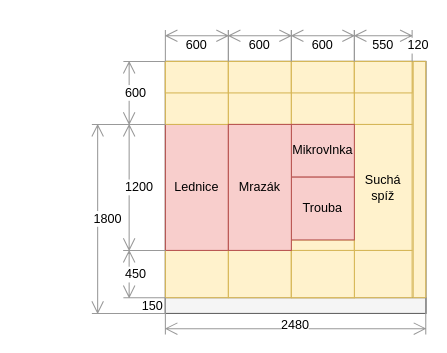
The draw.io diagram docs/src/static/drawings/kitchen.wall-appliances.drawio in surquest/flat-renovation, before the edit. Source tidied: cells renumbered, new cells numbered last; positions are measured from the earlier drawing's top-left corner, leaving out a move shared by most shapes. Both pictures are drawn from the tidied source at 105%, with x=0, y=0 at pixel (91, 29).
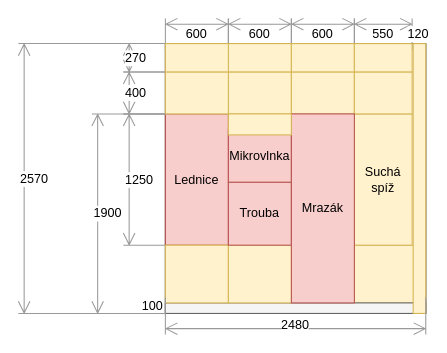
After the change.

Commit message (it also covers changes not shown here):
Patch of kitchen sizing

The edit, as a diff of the source:
```diff
@@
     <mxCell id="2" style="rounded=0;whiteSpace=wrap;html=1;" parent="1" vertex="1">
-      <mxGeometry x="70" y="30" width="248" height="240" as="geometry" />
+      <mxGeometry x="70" y="13" width="248" height="257" as="geometry" />
     </mxCell>
+    <mxCell id="34" style="rounded=0;whiteSpace=wrap;html=1;fillColor=#fff2cc;strokeColor=#d6b656;" parent="1" vertex="1">
+      <mxGeometry x="250" y="205" width="60" height="55" as="geometry" />
+    </mxCell>
     <mxCell id="3" style="rounded=0;whiteSpace=wrap;html=1;fillColor=#f5f5f5;fontColor=#333333;strokeColor=#666666;" parent="1" vertex="1">
-      <mxGeometry x="70" y="255" width="248" height="15" as="geometry" />
+      <mxGeometry x="70" y="260" width="248" height="10" as="geometry" />
     </mxCell>
-    <mxCell id="4" style="rounded=0;whiteSpace=wrap;html=1;fillColor=#fff2cc;strokeColor=#d6b656;" parent="1" vertex="1">
-      <mxGeometry x="70" y="210" width="60" height="45" as="geometry" />
-    </mxCell>
     <mxCell id="5" value="Lednice" style="rounded=0;whiteSpace=wrap;html=1;fillColor=#f8cecc;strokeColor=#b85450;" parent="1" vertex="1">
-      <mxGeometry x="70" y="90" width="60" height="120" as="geometry" />
+      <mxGeometry x="70" y="80" width="60" height="125" as="geometry" />
     </mxCell>
-    <mxCell id="6" value="150" style="shape=dimension;direction=south;whiteSpace=wrap;html=1;align=right;verticalAlign=middle;labelBackgroundColor=#ffffff;strokeColor=none;" parent="1" vertex="1">
+    <mxCell id="6" value="100" style="shape=dimension;direction=south;whiteSpace=wrap;html=1;align=right;verticalAlign=middle;labelBackgroundColor=#ffffff;strokeColor=none;" parent="1" vertex="1">
       <mxGeometry x="30" y="255" width="40" height="15" as="geometry" />
     </mxCell>
-    <mxCell id="7" value="450" style="shape=dimension;direction=south;whiteSpace=wrap;html=1;align=left;verticalAlign=middle;labelBackgroundColor=#ffffff;strokeColor=#999999;" parent="1" vertex="1">
-      <mxGeometry x="30" y="210" width="40" height="45" as="geometry" />
-    </mxCell>
-    <mxCell id="8" value="1200" style="shape=dimension;direction=south;whiteSpace=wrap;html=1;align=left;verticalAlign=middle;labelBackgroundColor=#ffffff;strokeColor=#999999;" parent="1" vertex="1">
-      <mxGeometry x="30" y="90" width="40" height="120" as="geometry" />
+    <mxCell id="8" value="1250" style="shape=dimension;direction=south;whiteSpace=wrap;html=1;align=left;verticalAlign=middle;labelBackgroundColor=#ffffff;strokeColor=#999999;" parent="1" vertex="1">
+      <mxGeometry x="30" y="80" width="40" height="125" as="geometry" />
     </mxCell>
-    <mxCell id="9" style="rounded=0;whiteSpace=wrap;html=1;fillColor=#fff2cc;strokeColor=#d6b656;" parent="1" vertex="1">
-      <mxGeometry x="70" y="30" width="60" height="60" as="geometry" />
-    </mxCell>
-    <mxCell id="10" value="600" style="shape=dimension;direction=south;whiteSpace=wrap;html=1;align=left;verticalAlign=middle;labelBackgroundColor=#ffffff;strokeColor=#999999;" parent="1" vertex="1">
-      <mxGeometry x="30" y="30" width="40" height="60" as="geometry" />
+    <mxCell id="10" value="400" style="shape=dimension;direction=south;whiteSpace=wrap;html=1;align=left;verticalAlign=middle;labelBackgroundColor=#ffffff;strokeColor=#999999;" parent="1" vertex="1">
+      <mxGeometry x="30" y="40" width="40" height="40" as="geometry" />
     </mxCell>
-    <mxCell id="11" value="1800" style="shape=dimension;direction=south;whiteSpace=wrap;html=1;align=left;verticalAlign=middle;labelBackgroundColor=#ffffff;strokeColor=#999999;" parent="1" vertex="1">
-      <mxGeometry y="90" width="70" height="180" as="geometry" />
+    <mxCell id="11" value="1900" style="shape=dimension;direction=south;whiteSpace=wrap;html=1;align=left;verticalAlign=middle;labelBackgroundColor=#ffffff;strokeColor=#999999;" parent="1" vertex="1">
+      <mxGeometry y="80" width="70" height="190" as="geometry" />
     </mxCell>
-    <mxCell id="12" style="rounded=0;whiteSpace=wrap;html=1;fillColor=#fff2cc;strokeColor=#d6b656;" parent="1" vertex="1">
-      <mxGeometry x="70" y="30" width="60" height="30" as="geometry" />
-    </mxCell>
     <mxCell id="13" style="rounded=0;whiteSpace=wrap;html=1;fillColor=#fff2cc;strokeColor=#d6b656;" parent="1" vertex="1">
-      <mxGeometry x="130" y="210" width="60" height="45" as="geometry" />
+      <mxGeometry x="70" y="205" width="60" height="55" as="geometry" />
     </mxCell>
-    <mxCell id="14" style="rounded=0;whiteSpace=wrap;html=1;fillColor=#fff2cc;strokeColor=#d6b656;" parent="1" vertex="1">
-      <mxGeometry x="130" y="30" width="60" height="60" as="geometry" />
-    </mxCell>
     <mxCell id="15" style="rounded=0;whiteSpace=wrap;html=1;fillColor=#fff2cc;strokeColor=#d6b656;" parent="1" vertex="1">
-      <mxGeometry x="130" y="30" width="60" height="30" as="geometry" />
+      <mxGeometry x="130" y="40" width="60" height="40" as="geometry" />
     </mxCell>
     <mxCell id="16" style="rounded=0;whiteSpace=wrap;html=1;fillColor=#fff2cc;strokeColor=#d6b656;" parent="1" vertex="1">
-      <mxGeometry x="190" y="200" width="60" height="55" as="geometry" />
+      <mxGeometry x="130" y="205" width="60" height="55" as="geometry" />
     </mxCell>
-    <mxCell id="17" style="rounded=0;whiteSpace=wrap;html=1;fillColor=#fff2cc;strokeColor=#d6b656;" parent="1" vertex="1">
-      <mxGeometry x="190" y="30" width="60" height="60" as="geometry" />
-    </mxCell>
     <mxCell id="18" style="rounded=0;whiteSpace=wrap;html=1;fillColor=#fff2cc;strokeColor=#d6b656;" parent="1" vertex="1">
-      <mxGeometry x="190" y="30" width="60" height="30" as="geometry" />
+      <mxGeometry x="190" y="40" width="60" height="40" as="geometry" />
     </mxCell>
-    <mxCell id="19" style="rounded=0;whiteSpace=wrap;html=1;fillColor=#fff2cc;strokeColor=#d6b656;" parent="1" vertex="1">
-      <mxGeometry x="250" y="210" width="55" height="45" as="geometry" />
-    </mxCell>
     <mxCell id="20" value="Suchá spíž" style="rounded=0;whiteSpace=wrap;html=1;fillColor=#fff2cc;strokeColor=#d6b656;" parent="1" vertex="1">
-      <mxGeometry x="250" y="90" width="55" height="120" as="geometry" />
+      <mxGeometry x="250" y="80" width="55" height="125" as="geometry" />
     </mxCell>
-    <mxCell id="21" style="rounded=0;whiteSpace=wrap;html=1;fillColor=#fff2cc;strokeColor=#d6b656;" parent="1" vertex="1">
-      <mxGeometry x="250" y="30" width="55" height="60" as="geometry" />
-    </mxCell>
     <mxCell id="22" style="rounded=0;whiteSpace=wrap;html=1;fillColor=#fff2cc;strokeColor=#d6b656;" parent="1" vertex="1">
-      <mxGeometry x="250" y="30" width="55" height="30" as="geometry" />
+      <mxGeometry x="250" y="40" width="55" height="40" as="geometry" />
     </mxCell>
     <mxCell id="23" style="rounded=0;whiteSpace=wrap;html=1;fillColor=#fff2cc;strokeColor=#d6b656;" parent="1" vertex="1">
-      <mxGeometry x="306" y="30" width="12" height="225" as="geometry" />
+      <mxGeometry x="306" y="13" width="12" height="257" as="geometry" />
     </mxCell>
@@
     <mxCell id="25" value="600" style="shape=dimension;direction=west;whiteSpace=wrap;html=1;align=center;verticalAlign=middle;labelBackgroundColor=#ffffff;strokeColor=#999999;" parent="1" vertex="1">
-      <mxGeometry x="70" width="60" height="30" as="geometry" />
+      <mxGeometry x="70" y="-11" width="60" height="30" as="geometry" />
     </mxCell>
     <mxCell id="26" value="600" style="shape=dimension;direction=west;whiteSpace=wrap;html=1;align=center;verticalAlign=middle;labelBackgroundColor=#ffffff;strokeColor=#999999;" parent="1" vertex="1">
-      <mxGeometry x="130" width="60" height="30" as="geometry" />
+      <mxGeometry x="130" y="-11" width="60" height="30" as="geometry" />
     </mxCell>
     <mxCell id="27" value="600" style="shape=dimension;direction=west;whiteSpace=wrap;html=1;align=center;verticalAlign=middle;labelBackgroundColor=#ffffff;strokeColor=#999999;" parent="1" vertex="1">
-      <mxGeometry x="190" width="60" height="30" as="geometry" />
+      <mxGeometry x="190" y="-11" width="60" height="30" as="geometry" />
     </mxCell>
     <mxCell id="28" value="550" style="shape=dimension;direction=west;whiteSpace=wrap;html=1;align=center;verticalAlign=middle;labelBackgroundColor=#ffffff;strokeColor=#999999;" parent="1" vertex="1">
-      <mxGeometry x="250" width="55" height="30" as="geometry" />
+      <mxGeometry x="250" y="-11" width="55" height="30" as="geometry" />
     </mxCell>
-    <mxCell id="29" style="rounded=0;whiteSpace=wrap;html=1;fillColor=#fff2cc;strokeColor=#d6b656;" parent="1" vertex="1">
-      <mxGeometry x="190" y="210" width="60" height="45" as="geometry" />
-    </mxCell>
     <mxCell id="30" value="Trouba" style="rounded=0;whiteSpace=wrap;html=1;fillColor=#f8cecc;strokeColor=#b85450;" parent="1" vertex="1">
-      <mxGeometry x="190" y="140" width="60" height="60" as="geometry" />
+      <mxGeometry x="130" y="145" width="60" height="60" as="geometry" />
     </mxCell>
     <mxCell id="31" value="Mikrovlnka" style="rounded=0;whiteSpace=wrap;html=1;fillColor=#f8cecc;strokeColor=#b85450;" parent="1" vertex="1">
-      <mxGeometry x="190" y="90" width="60" height="50" as="geometry" />
+      <mxGeometry x="130" y="95" width="60" height="50" as="geometry" />
     </mxCell>
     <mxCell id="32" value="Mrazák" style="rounded=0;whiteSpace=wrap;html=1;fillColor=#f8cecc;strokeColor=#b85450;" parent="1" vertex="1">
-      <mxGeometry x="130" y="90" width="60" height="120" as="geometry" />
+      <mxGeometry x="190" y="80" width="60" height="180" as="geometry" />
     </mxCell>
     <mxCell id="33" value="120" style="shape=dimension;direction=west;whiteSpace=wrap;html=1;align=center;verticalAlign=middle;labelBackgroundColor=#ffffff;strokeColor=none;" parent="1" vertex="1">
-      <mxGeometry x="305" width="12" height="30" as="geometry" />
+      <mxGeometry x="305" y="-11" width="12" height="30" as="geometry" />
     </mxCell>
+    <mxCell id="35" value="2570" style="shape=dimension;direction=south;whiteSpace=wrap;html=1;align=left;verticalAlign=middle;labelBackgroundColor=#ffffff;strokeColor=#999999;" parent="1" vertex="1">
+      <mxGeometry x="-70" y="13" width="120" height="257" as="geometry" />
+    </mxCell>
+    <mxCell id="36" style="rounded=0;whiteSpace=wrap;html=1;fillColor=#fff2cc;strokeColor=#d6b656;" parent="1" vertex="1">
+      <mxGeometry x="70" y="40" width="60" height="40" as="geometry" />
+    </mxCell>
+    <mxCell id="37" value="270" style="shape=dimension;direction=south;whiteSpace=wrap;html=1;align=left;verticalAlign=middle;labelBackgroundColor=#ffffff;strokeColor=#999999;" parent="1" vertex="1">
+      <mxGeometry x="30" y="13" width="40" height="27" as="geometry" />
+    </mxCell>
+    <mxCell id="38" style="rounded=0;whiteSpace=wrap;html=1;fillColor=#fff2cc;strokeColor=#d6b656;" parent="1" vertex="1">
+      <mxGeometry x="130" y="13" width="60" height="27" as="geometry" />
+    </mxCell>
+    <mxCell id="39" style="rounded=0;whiteSpace=wrap;html=1;fillColor=#fff2cc;strokeColor=#d6b656;" parent="1" vertex="1">
+      <mxGeometry x="190" y="13" width="60" height="27" as="geometry" />
+    </mxCell>
+    <mxCell id="40" style="rounded=0;whiteSpace=wrap;html=1;fillColor=#fff2cc;strokeColor=#d6b656;" parent="1" vertex="1">
+      <mxGeometry x="250" y="13" width="55" height="27" as="geometry" />
+    </mxCell>
+    <mxCell id="41" style="rounded=0;whiteSpace=wrap;html=1;fillColor=#fff2cc;strokeColor=#d6b656;" parent="1" vertex="1">
+      <mxGeometry x="70" y="13" width="60" height="27" as="geometry" />
+    </mxCell>
+    <mxCell id="42" style="rounded=0;whiteSpace=wrap;html=1;fillColor=#fff2cc;strokeColor=#d6b656;" parent="1" vertex="1">
+      <mxGeometry x="130" y="80" width="60" height="20" as="geometry" />
+    </mxCell>
```
